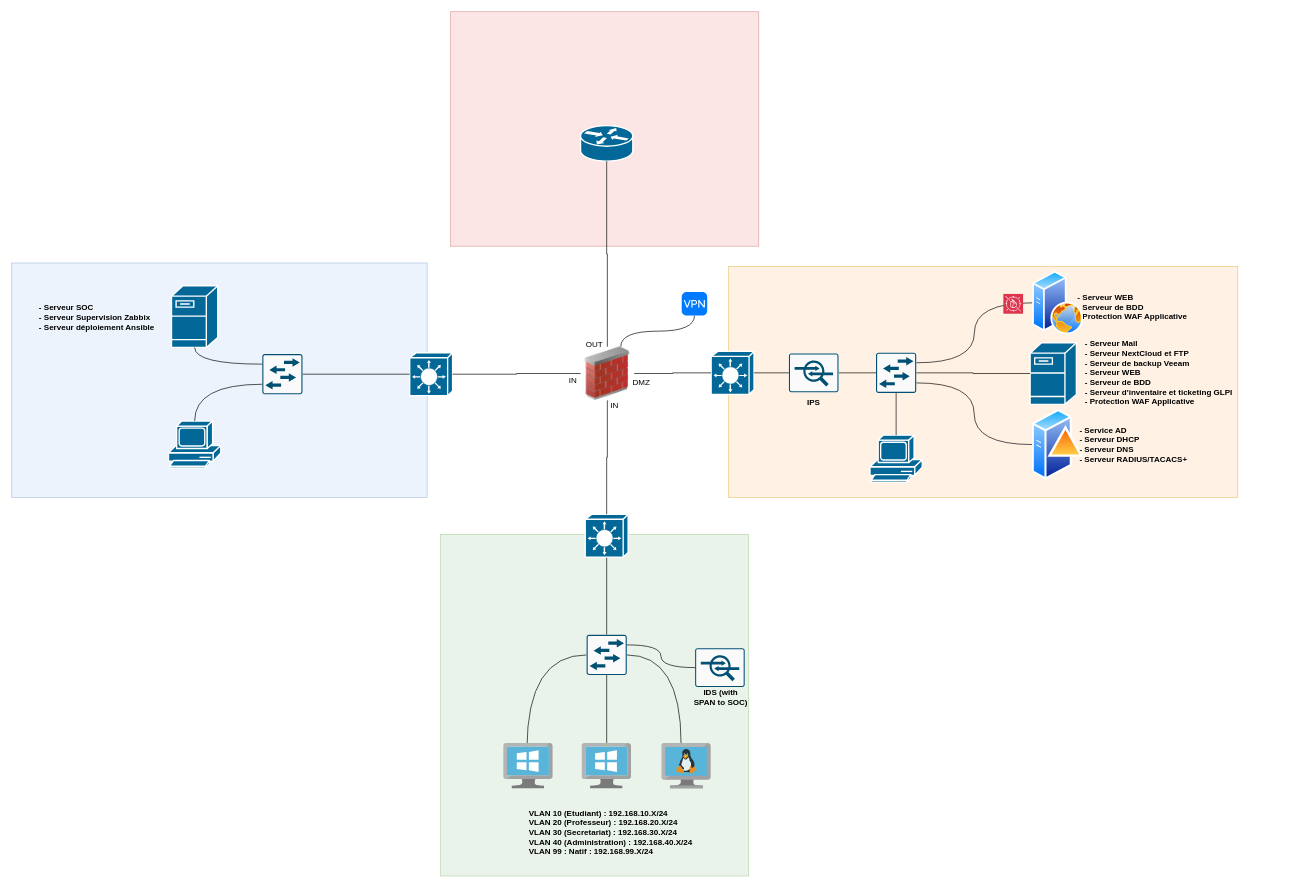
The draw.io diagram Architecture_homelab.drawio in egoMasa/HomeLab, before the edit. Source tidied: cells renumbered, new cells numbered last; positions are measured from the earlier drawing's top-left corner, leaving out a move shared by most shapes. Both pictures are drawn from the tidied source at 67%, with x=0, y=0 at pixel (11, 11).
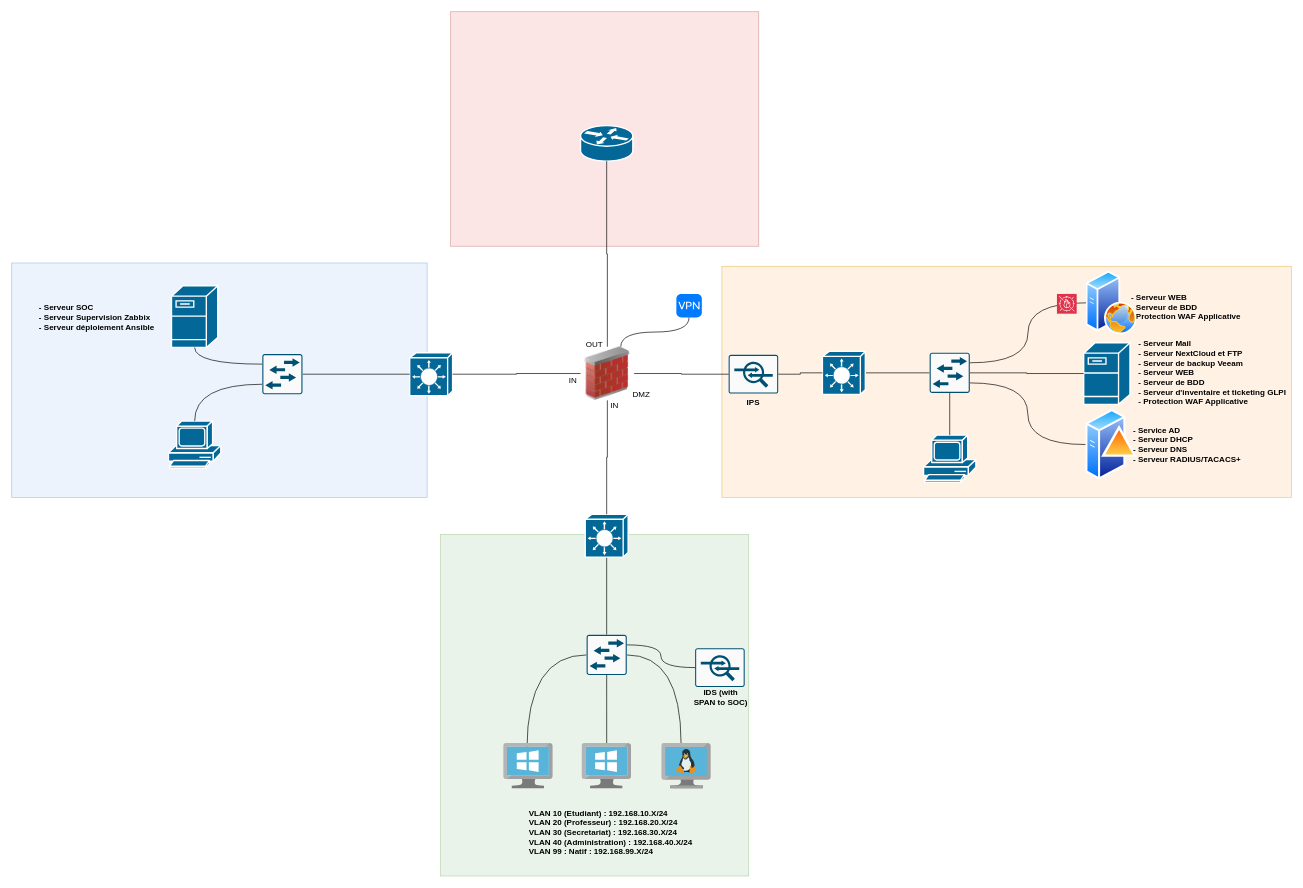
The same diagram, later.

Commit message (it also covers changes not shown here):
Mettre à jour Architecture_homelab.drawio

Unchanged cells that the change refers to:
```xml
<mxCell id="8" style="image;html=1;image=img/lib/clip_art/networking/Firewall_02_128x128.png;" parent="1" vertex="1">
  <mxGeometry x="849" y="500" width="80" height="80" as="geometry" />
</mxCell>
```

The edit, as a diff of the source:
```diff
@@
     <mxCell id="5" style="whiteSpace=wrap;html=1;fillColor=#ffe6cc;strokeColor=#d79b00;opacity=50;" parent="1" vertex="1">
-      <mxGeometry x="1070" y="380" width="760" height="345" as="geometry" />
+      <mxGeometry x="1060" y="380" width="850" height="345" as="geometry" />
     </mxCell>
     <mxCell id="6" style="shape=mxgraph.cisco.servers.fileserver;sketch=0;html=1;dashed=0;fillColor=#036897;strokeColor=#ffffff;strokeWidth=2;verticalLabelPosition=bottom;verticalAlign=top;align=center;outlineConnect=0;" parent="1" vertex="1">
-      <mxGeometry x="1520" y="494" width="69" height="92" as="geometry" />
+      <mxGeometry x="1600" y="494" width="69" height="92" as="geometry" />
     </mxCell>
@@
-    <mxCell id="12" style="edgeStyle=orthogonalEdgeStyle;rounded=0;jettySize=auto;html=1;exitX=1;exitY=0.5;exitDx=0;exitDy=0;exitPerimeter=0;endArrow=none;endFill=0;entryX=0;entryY=0.5;entryDx=0;entryDy=0;entryPerimeter=0;" parent="1" edge="1" source="52" target="31">
+    <mxCell id="12" style="edgeStyle=orthogonalEdgeStyle;rounded=0;jettySize=auto;html=1;exitX=1;exitY=0.5;exitDx=0;exitDy=0;exitPerimeter=0;endArrow=none;endFill=0;entryX=0;entryY=0.5;entryDx=0;entryDy=0;entryPerimeter=0;" parent="1" edge="1" source="13" target="31">
       <mxGeometry relative="1" as="geometry" />
     </mxCell>
     <mxCell id="13" style="shape=mxgraph.cisco.switches.layer_3_switch;sketch=0;html=1;dashed=0;fillColor=#036897;strokeColor=#ffffff;strokeWidth=2;verticalLabelPosition=bottom;verticalAlign=top;align=center;outlineConnect=0;" parent="1" vertex="1">
-      <mxGeometry x="1043.9" y="507" width="64" height="64" as="geometry" />
+      <mxGeometry x="1210" y="507" width="64" height="64" as="geometry" />
     </mxCell>
@@
-    <mxCell id="19" style="edgeStyle=orthogonalEdgeStyle;rounded=0;jettySize=auto;html=1;exitX=1;exitY=0.5;exitDx=0;exitDy=0;entryX=0;entryY=0.5;entryDx=0;entryDy=0;entryPerimeter=0;endArrow=none;endFill=0;" parent="1" edge="1" source="8" target="13">
-      <mxGeometry relative="1" as="geometry" />
-    </mxCell>
@@
     <mxCell id="31" style="sketch=0;points=[[0.015,0.015,0],[0.985,0.015,0],[0.985,0.985,0],[0.015,0.985,0],[0.25,0,0],[0.5,0,0],[0.75,0,0],[1,0.25,0],[1,0.5,0],[1,0.75,0],[0.75,1,0],[0.5,1,0],[0.25,1,0],[0,0.75,0],[0,0.5,0],[0,0.25,0]];verticalLabelPosition=bottom;html=1;verticalAlign=top;align=center;shape=mxgraph.cisco19.rect;prIcon=l2_switch;fillColor=#FAFAFA;strokeColor=#005073;" parent="1" vertex="1">
-      <mxGeometry x="1290" y="509" width="60" height="60" as="geometry" />
+      <mxGeometry x="1370" y="509" width="60" height="60" as="geometry" />
     </mxCell>
@@
     <mxCell id="33" style="shape=mxgraph.cisco.computers_and_peripherals.pc;sketch=0;html=1;dashed=0;fillColor=#036897;strokeColor=#ffffff;strokeWidth=2;verticalLabelPosition=bottom;verticalAlign=top;align=center;outlineConnect=0;" parent="1" vertex="1">
-      <mxGeometry x="1281" y="632" width="78" height="70" as="geometry" />
+      <mxGeometry x="1361" y="632" width="78" height="70" as="geometry" />
     </mxCell>
@@
     <mxCell id="35" value="DMZ" style="text;strokeColor=none;align=center;fillColor=none;html=1;verticalAlign=middle;whiteSpace=wrap;rounded=0;" parent="1" vertex="1">
-      <mxGeometry x="910" y="537.5" width="60" height="30" as="geometry" />
+      <mxGeometry x="910" y="556" width="60" height="30" as="geometry" />
     </mxCell>
@@
     <mxCell id="39" value="&lt;p style=&quot;margin: 0px;&quot;&gt;&lt;b&gt;- Serveur Mail&lt;/b&gt;&lt;/p&gt;&lt;p style=&quot;margin: 0px;&quot;&gt;&lt;b&gt;- Serveur NextCloud et FTP&lt;/b&gt;&lt;/p&gt;&lt;p style=&quot;margin: 0px;&quot;&gt;&lt;b&gt;- Serveur de backup Veeam&lt;/b&gt;&lt;/p&gt;&lt;p style=&quot;margin: 0px;&quot;&gt;&lt;b&gt;- Serveur WEB&lt;/b&gt;&lt;/p&gt;&lt;p style=&quot;margin: 0px;&quot;&gt;&lt;b&gt;- Serveur de BDD&lt;/b&gt;&lt;/p&gt;&lt;p style=&quot;margin: 0px;&quot;&gt;&lt;b&gt;- Serveur d'inventaire et ticketing GLPI&lt;/b&gt;&lt;/p&gt;&lt;p style=&quot;margin: 0px;&quot;&gt;&lt;b&gt;- Protection WAF Applicative&lt;/b&gt;&lt;/p&gt;&lt;b&gt;&lt;br&gt;&lt;/b&gt;&lt;p style=&quot;margin: 0px;&quot;&gt;&lt;br&gt;&lt;/p&gt;" style="text;strokeColor=none;align=left;fillColor=none;html=1;verticalAlign=middle;whiteSpace=wrap;rounded=0;" parent="1" vertex="1">
-      <mxGeometry x="1600" y="486.8" width="230" height="131.5" as="geometry" />
+      <mxGeometry x="1680" y="486.8" width="230" height="131.5" as="geometry" />
     </mxCell>
@@
     <mxCell id="41" style="image;perimeter=ellipsePerimeter;html=1;align=center;shadow=0;dashed=0;spacingTop=3;image=img/lib/active_directory/domain_controller.svg;" parent="1" vertex="1">
-      <mxGeometry x="1523" y="591" width="77" height="110" as="geometry" />
+      <mxGeometry x="1603" y="591" width="77" height="110" as="geometry" />
     </mxCell>
     <mxCell id="42" value="&lt;p style=&quot;text-align: left; margin: 0px;&quot;&gt;&lt;b&gt;- Service AD&lt;/b&gt;&lt;b&gt;&lt;/b&gt;&lt;/p&gt;&lt;p style=&quot;text-align: left; margin: 0px;&quot;&gt;&lt;b&gt;- Serveur DHCP&lt;/b&gt;&lt;/p&gt;&lt;p style=&quot;text-align: left; margin: 0px;&quot;&gt;&lt;b&gt;- Serveur DNS&lt;/b&gt;&lt;/p&gt;&lt;p style=&quot;text-align: left; margin: 0px;&quot;&gt;&lt;b&gt;- Serveur RADIUS/TACACS+&lt;/b&gt;&lt;/p&gt;" style="text;strokeColor=none;align=center;fillColor=none;html=1;verticalAlign=middle;whiteSpace=wrap;rounded=0;" parent="1" vertex="1">
-      <mxGeometry x="1589" y="611" width="171" height="70" as="geometry" />
+      <mxGeometry x="1669" y="611" width="171" height="70" as="geometry" />
     </mxCell>
@@
     <mxCell id="47" style="html=1;strokeWidth=1;shadow=0;dashed=0;shape=mxgraph.ios7.misc.vpn;fillColor=#007AFF;strokeColor=none;buttonText=;strokeColor2=#222222;fontColor=#222222;fontSize=8;verticalLabelPosition=bottom;verticalAlign=top;align=center;sketch=0;" parent="1" vertex="1">
-      <mxGeometry x="1000" y="418.5" width="38" height="35" as="geometry" />
+      <mxGeometry x="992" y="421.2" width="38" height="35" as="geometry" />
     </mxCell>
@@
-    <mxCell id="51" style="edgeStyle=orthogonalEdgeStyle;rounded=0;jettySize=auto;html=1;exitX=1;exitY=0.5;exitDx=0;exitDy=0;exitPerimeter=0;endArrow=none;endFill=0;entryX=0;entryY=0.5;entryDx=0;entryDy=0;entryPerimeter=0;" parent="1" edge="1" source="13" target="52">
-      <mxGeometry relative="1" as="geometry" />
-    </mxCell>
-    <mxCell id="52" style="sketch=0;points=[[0.015,0.015,0],[0.985,0.015,0],[0.985,0.985,0],[0.015,0.985,0],[0.25,0,0],[0.5,0,0],[0.75,0,0],[1,0.25,0],[1,0.5,0],[1,0.75,0],[0.75,1,0],[0.5,1,0],[0.25,1,0],[0,0.75,0],[0,0.5,0],[0,0.25,0]];verticalLabelPosition=bottom;html=1;verticalAlign=top;align=center;shape=mxgraph.cisco19.rect;prIcon=ips_ids;fillColor=#FAFAFA;strokeColor=#005073;" parent="1" vertex="1">
-      <mxGeometry x="1160" y="510.1" width="74" height="57.8" as="geometry" />
-    </mxCell>
     <mxCell id="53" value="IPS" style="text;strokeColor=none;align=center;fillColor=none;html=1;verticalAlign=middle;whiteSpace=wrap;rounded=0;fontStyle=1;" parent="1" vertex="1">
-      <mxGeometry x="1167" y="568.8" width="60" height="30" as="geometry" />
+      <mxGeometry x="1077" y="569" width="60" height="30" as="geometry" />
     </mxCell>
     <mxCell id="54" value="&lt;p style=&quot;margin: 0px;&quot;&gt;&lt;b style=&quot;background-color: initial;&quot;&gt;- Serveur WEB&lt;/b&gt;&lt;/p&gt;&lt;p style=&quot;margin: 0px;&quot;&gt;&lt;b&gt;- Serveur de BDD&lt;/b&gt;&lt;/p&gt;&lt;p style=&quot;margin: 0px;&quot;&gt;&lt;b style=&quot;background-color: initial;&quot;&gt;- Protection WAF Applicative&lt;/b&gt;&lt;/p&gt;&lt;b&gt;&lt;br&gt;&lt;/b&gt;&lt;p style=&quot;margin: 0px;&quot;&gt;&lt;br&gt;&lt;/p&gt;" style="text;strokeColor=none;align=left;fillColor=none;html=1;verticalAlign=middle;whiteSpace=wrap;rounded=0;" parent="1" vertex="1">
-      <mxGeometry x="1589" y="389.2" width="230" height="131.5" as="geometry" />
+      <mxGeometry x="1669" y="389.2" width="230" height="131.5" as="geometry" />
     </mxCell>
     <mxCell id="55" style="image;perimeter=ellipsePerimeter;html=1;align=center;shadow=0;dashed=0;spacingTop=3;image=img/lib/active_directory/web_server.svg;" parent="1" vertex="1">
-      <mxGeometry x="1523.5" y="387" width="76" height="95" as="geometry" />
+      <mxGeometry x="1603.5" y="387" width="76" height="95" as="geometry" />
     </mxCell>
     <mxCell id="56" style="sketch=0;fontColor=#232F3E;fillColor=#DD344C;strokeColor=#ffffff;dashed=0;verticalLabelPosition=bottom;verticalAlign=top;align=center;html=1;fontSize=12;fontStyle=0;shape=mxgraph.aws4.resourceIcon;resIcon=mxgraph.aws4.waf;" parent="1" vertex="1">
-      <mxGeometry x="1480" y="421.2" width="29.5" height="29.5" as="geometry" />
+      <mxGeometry x="1560" y="421.2" width="29.5" height="29.5" as="geometry" />
     </mxCell>
+    <mxCell id="57" style="sketch=0;points=[[0.015,0.015,0],[0.985,0.015,0],[0.985,0.985,0],[0.015,0.985,0],[0.25,0,0],[0.5,0,0],[0.75,0,0],[1,0.25,0],[1,0.5,0],[1,0.75,0],[0.75,1,0],[0.5,1,0],[0.25,1,0],[0,0.75,0],[0,0.5,0],[0,0.25,0]];verticalLabelPosition=bottom;html=1;verticalAlign=top;align=center;shape=mxgraph.cisco19.rect;prIcon=ips_ids;fillColor=#FAFAFA;strokeColor=#005073;" parent="1" vertex="1">
+      <mxGeometry x="1070" y="512.1" width="74" height="57.8" as="geometry" />
+    </mxCell>
+    <mxCell id="58" style="edgeStyle=orthogonalEdgeStyle;rounded=0;jettySize=auto;html=1;exitX=1;exitY=0.5;exitDx=0;exitDy=0;entryX=0;entryY=0.5;entryDx=0;entryDy=0;entryPerimeter=0;endArrow=none;endFill=0;" parent="1" edge="1" source="8" target="57">
+      <mxGeometry relative="1" as="geometry" />
+    </mxCell>
+    <mxCell id="59" style="edgeStyle=orthogonalEdgeStyle;rounded=0;jettySize=auto;html=1;exitX=1;exitY=0.5;exitDx=0;exitDy=0;exitPerimeter=0;entryX=0;entryY=0.5;entryDx=0;entryDy=0;entryPerimeter=0;endArrow=none;endFill=0;" parent="1" edge="1" source="57" target="13">
+      <mxGeometry relative="1" as="geometry" />
+    </mxCell>
```
